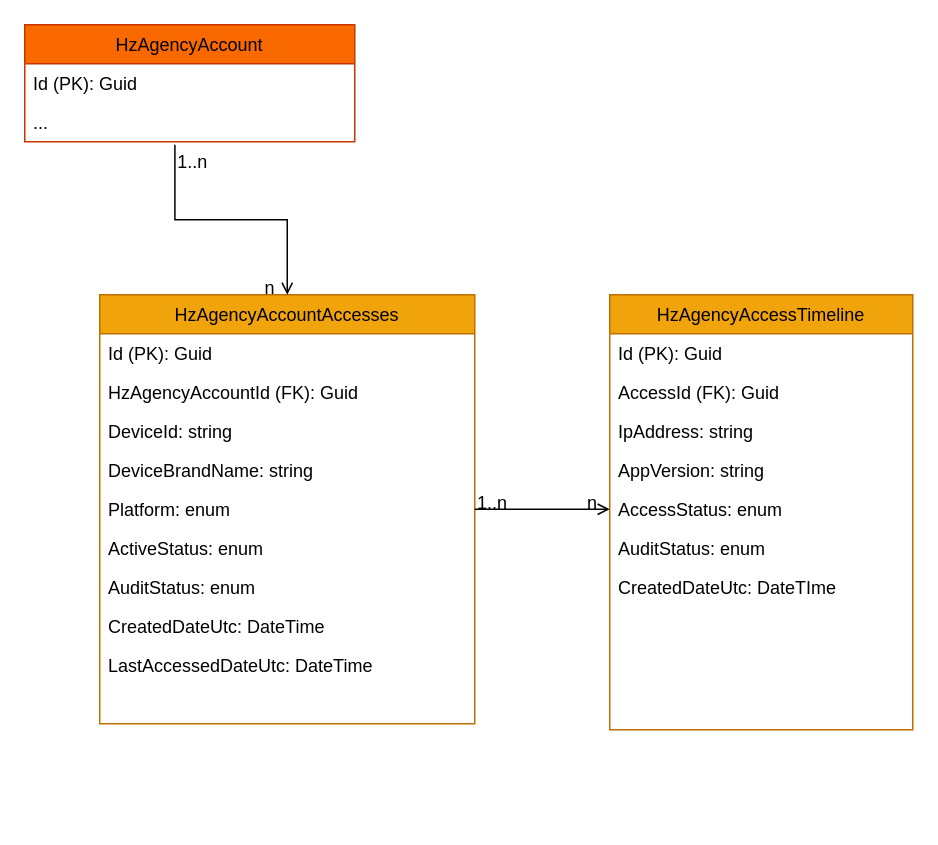
Above: Untitled Diagram.drawio in blackpigkun/Week1Homework (draw.io), before the change. Source tidied: cells renumbered, new cells numbered last; positions are measured from the earlier drawing's top-left corner, leaving out a move shared by most shapes. Both pictures are drawn from the tidied source at 150%, with x=0, y=0 at pixel (24, 24).
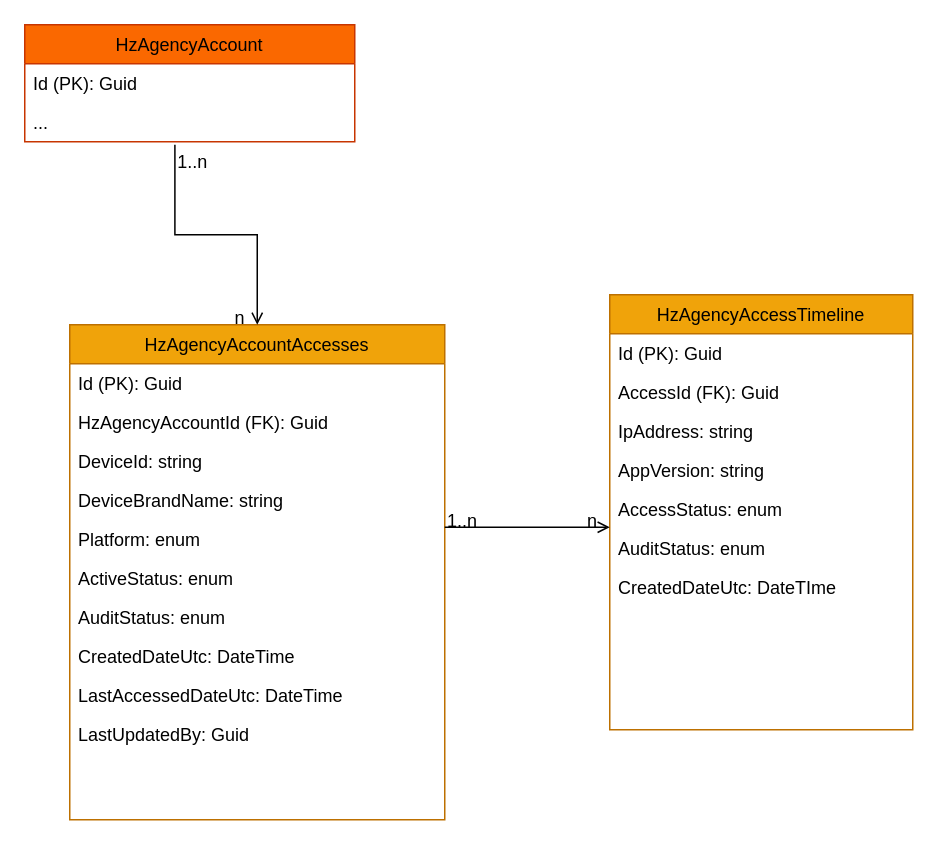
The same diagram, later.

What changed in the source:
```diff
@@
     <mxCell id="2" value="HzAgencyAccountAccesses" style="swimlane;fontStyle=0;align=center;verticalAlign=top;horizontal=1;startSize=26;rounded=0;shadow=0;strokeWidth=1;fillColor=#f0a30a;fontColor=#000000;strokeColor=#BD7000;" parent="1" vertex="1">
-      <mxGeometry x="50" y="180" width="250" height="286" as="geometry" />
+      <mxGeometry x="30" y="200" width="250" height="330" as="geometry" />
     </mxCell>
@@
+    <mxCell id="29" value="LastUpdatedBy: Guid" style="text;align=left;verticalAlign=top;spacingLeft=4;spacingRight=4;overflow=hidden;rounded=0;shadow=0;html=0;" parent="2" vertex="1">
+      <mxGeometry y="260" width="250" height="26" as="geometry" />
+    </mxCell>
```
